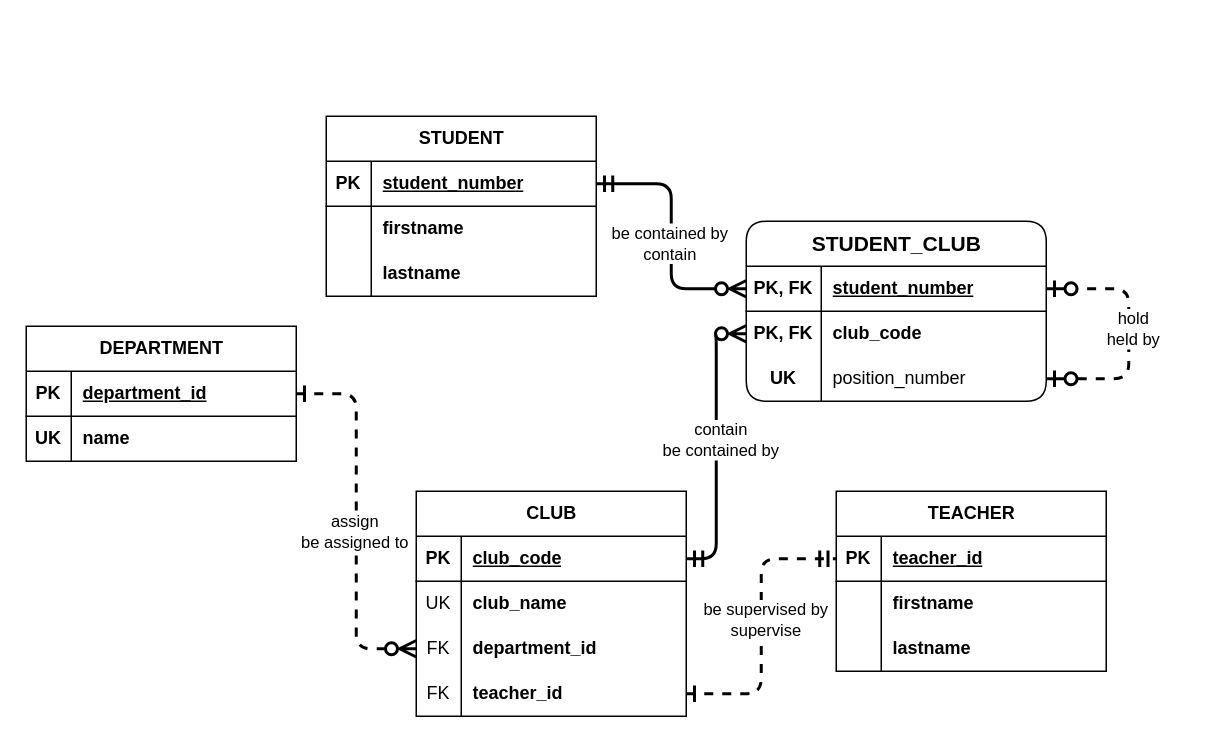
Before: page "P0305b" (2 of 2) of relational-database-design/c3/P0305.drawio in qichendev/assignments, a draw.io diagram. Source tidied: cells renumbered, new cells numbered last; positions are measured from the earlier drawing's top-left corner, leaving out a move shared by most shapes. Both pictures are drawn from the tidied source at 150%, with x=0, y=0 at pixel (26, 116).
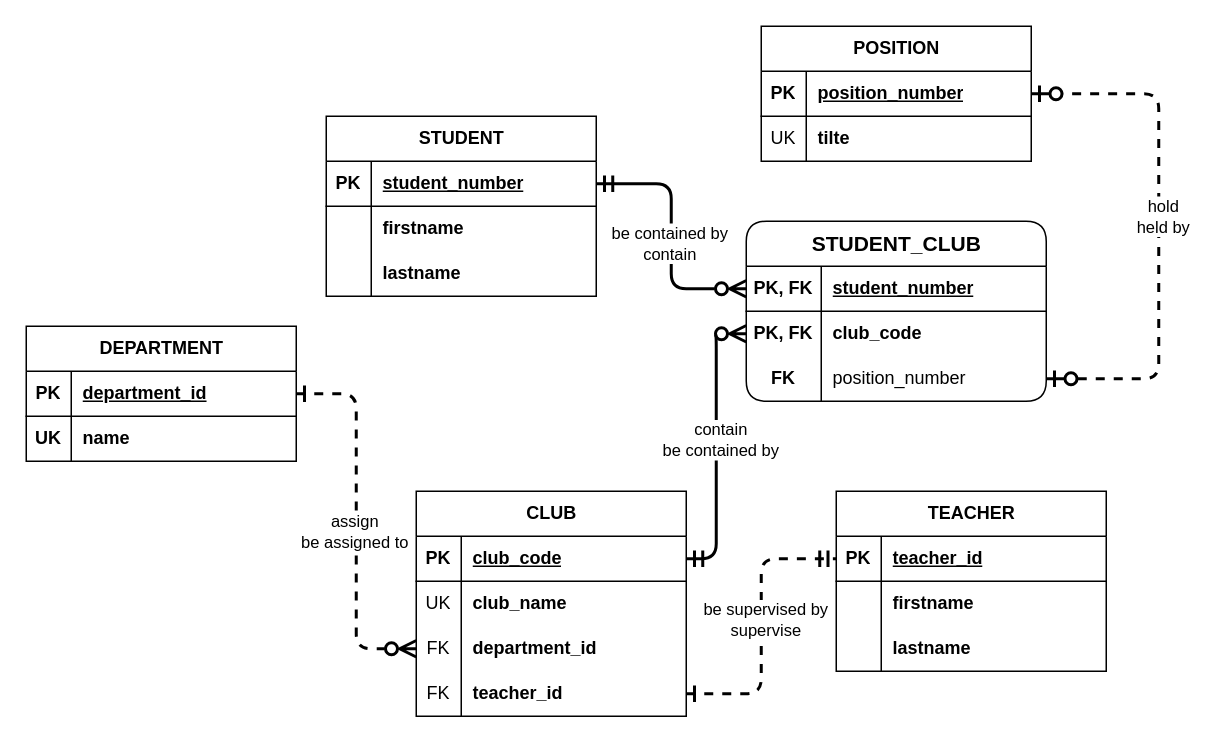
The same diagram, later.

Unchanged cells that the change refers to:
```xml
<mxCell id="33" style="shape=tableRow;horizontal=0;startSize=0;swimlaneHead=0;swimlaneBody=0;fillColor=none;points=[[0,0.5],[1,0.5]];portConstraint=eastwest;top=0;left=0;right=0;bottom=1;" parent="32" vertex="1">
  <mxGeometry y="30" width="180" height="30" as="geometry" />
</mxCell>
<mxCell id="48" value="&lt;span style=&quot;font-size: 14px;&quot;&gt;&lt;b&gt;STUDENT_CLUB&lt;/b&gt;&lt;/span&gt;" style="shape=table;startSize=30;childLayout=tableLayout;rowLines=0;fontStyle=0;align=center;html=1;rounded=1;" parent="1" vertex="1">
  <mxGeometry x="480" y="70" width="200" height="120" as="geometry" />
</mxCell>
<mxCell id="49" style="shape=tableRow;horizontal=0;startSize=0;swimlaneHead=0;swimlaneBody=0;fillColor=none;points=[[0,0.5],[1,0.5]];portConstraint=eastwest;top=0;left=0;right=0;bottom=1;" parent="48" vertex="1">
  <mxGeometry y="30" width="200" height="30" as="geometry" />
</mxCell>
<mxCell id="55" style="shape=tableRow;horizontal=0;startSize=0;swimlaneHead=0;swimlaneBody=0;fillColor=none;points=[[0,0.5],[1,0.5]];portConstraint=eastwest;top=0;left=0;right=0;bottom=0;" parent="48" vertex="1">
  <mxGeometry y="90" width="200" height="30" as="geometry" />
</mxCell>
```

The edit, as a diff of the source:
```diff
@@
-    <mxCell id="56" value="UK" style="shape=partialRectangle;fillColor=none;top=0;left=0;bottom=0;right=0;overflow=hidden;whiteSpace=wrap;html=1;fontStyle=1;" parent="55" vertex="1">
+    <mxCell id="56" value="FK" style="shape=partialRectangle;fillColor=none;top=0;left=0;bottom=0;right=0;overflow=hidden;whiteSpace=wrap;html=1;fontStyle=1;" parent="55" vertex="1">
       <mxGeometry width="50" height="30" as="geometry" />
     </mxCell>
@@
+    <mxCell id="60" style="edgeStyle=elbowEdgeStyle;fontSize=12;html=1;endArrow=ERzeroToMany;startArrow=ERmandOne;rounded=1;endSize=8;startSize=8;strokeWidth=2;jumpStyle=none;curved=0;startFill=0;endFill=0;exitX=1;exitY=0.5;exitDx=0;exitDy=0;entryX=0;entryY=0.5;entryDx=0;entryDy=0;" parent="1" edge="1" source="33" target="49">
+      <mxGeometry relative="1" as="geometry" />
+    </mxCell>
+    <mxCell id="61" value="&lt;div&gt;be contained by&lt;/div&gt;&lt;div&gt;contain&lt;/div&gt;" style="edgeLabel;html=1;align=center;verticalAlign=middle;" parent="60" vertex="1">
+      <mxGeometry x="0.05" y="-2" relative="1" as="geometry" />
+    </mxCell>
+    <mxCell id="62" value="POSITION" style="shape=table;startSize=30;childLayout=tableLayout;rowLines=0;fontStyle=1;align=center;html=1;" parent="1" vertex="1">
+      <mxGeometry x="490" y="-60" width="180" height="90" as="geometry" />
+    </mxCell>
+    <mxCell id="63" style="shape=tableRow;horizontal=0;startSize=0;swimlaneHead=0;swimlaneBody=0;fillColor=none;points=[[0,0.5],[1,0.5]];portConstraint=eastwest;top=0;left=0;right=0;bottom=1;" parent="62" vertex="1">
+      <mxGeometry y="30" width="180" height="30" as="geometry" />
+    </mxCell>
+    <mxCell id="64" value="PK" style="shape=partialRectangle;fillColor=none;top=0;left=0;bottom=0;right=0;fontStyle=1;overflow=hidden;whiteSpace=wrap;html=1;" parent="63" vertex="1">
+      <mxGeometry width="30" height="30" as="geometry" />
+    </mxCell>
+    <mxCell id="65" value="position_number" style="shape=partialRectangle;fillColor=none;top=0;left=0;bottom=0;right=0;align=left;spacingLeft=6;fontStyle=5;overflow=hidden;whiteSpace=wrap;html=1;" parent="63" vertex="1">
+      <mxGeometry x="30" width="150" height="30" as="geometry" />
+    </mxCell>
+    <mxCell id="66" style="shape=tableRow;horizontal=0;startSize=0;swimlaneHead=0;swimlaneBody=0;fillColor=none;top=0;left=0;right=0;bottom=0;" parent="62" vertex="1">
+      <mxGeometry y="60" width="180" height="30" as="geometry" />
+    </mxCell>
+    <mxCell id="67" value="UK" style="shape=partialRectangle;fillColor=none;top=0;left=0;bottom=0;right=0;overflow=hidden;whiteSpace=wrap;html=1;" parent="66" vertex="1">
+      <mxGeometry width="30" height="30" as="geometry" />
+    </mxCell>
+    <mxCell id="68" value="tilte" style="shape=partialRectangle;fillColor=none;top=0;left=0;bottom=0;right=0;align=left;spacingLeft=6;overflow=hidden;whiteSpace=wrap;html=1;fontStyle=1;" parent="66" vertex="1">
+      <mxGeometry x="30" width="150" height="30" as="geometry" />
+    </mxCell>
-    <mxCell id="58" style="edgeStyle=elbowEdgeStyle;fontSize=12;html=1;endArrow=ERzeroToOne;startArrow=ERzeroToOne;rounded=1;endSize=8;startSize=8;strokeWidth=2;dashed=1;jumpStyle=none;curved=0;startFill=0;endFill=0;exitX=1;exitY=0.5;exitDx=0;exitDy=0;entryX=1;entryY=0.5;entryDx=0;entryDy=0;" parent="48" edge="1" source="55" target="49">
+    <mxCell id="58" style="edgeStyle=elbowEdgeStyle;fontSize=12;html=1;endArrow=ERzeroToOne;startArrow=ERzeroToOne;rounded=1;endSize=8;startSize=8;strokeWidth=2;dashed=1;jumpStyle=none;curved=0;startFill=0;endFill=0;exitX=1;exitY=0.5;exitDx=0;exitDy=0;entryX=1;entryY=0.5;entryDx=0;entryDy=0;" parent="1" edge="1" source="55" target="63">
       <mxGeometry relative="1" as="geometry">
         <Array as="points">
-          <mxPoint x="255" y="80" />
+          <mxPoint x="755" y="190" />
         </Array>
       </mxGeometry>
     </mxCell>
@@
-    <mxCell id="60" style="edgeStyle=elbowEdgeStyle;fontSize=12;html=1;endArrow=ERzeroToMany;startArrow=ERmandOne;rounded=1;endSize=8;startSize=8;strokeWidth=2;jumpStyle=none;curved=0;startFill=0;endFill=0;exitX=1;exitY=0.5;exitDx=0;exitDy=0;entryX=0;entryY=0.5;entryDx=0;entryDy=0;" parent="1" edge="1" source="33" target="49">
-      <mxGeometry relative="1" as="geometry" />
-    </mxCell>
-    <mxCell id="61" value="&lt;div&gt;be contained by&lt;/div&gt;&lt;div&gt;contain&lt;/div&gt;" style="edgeLabel;html=1;align=center;verticalAlign=middle;" parent="60" vertex="1">
-      <mxGeometry x="0.05" y="-2" relative="1" as="geometry" />
-    </mxCell>
```
